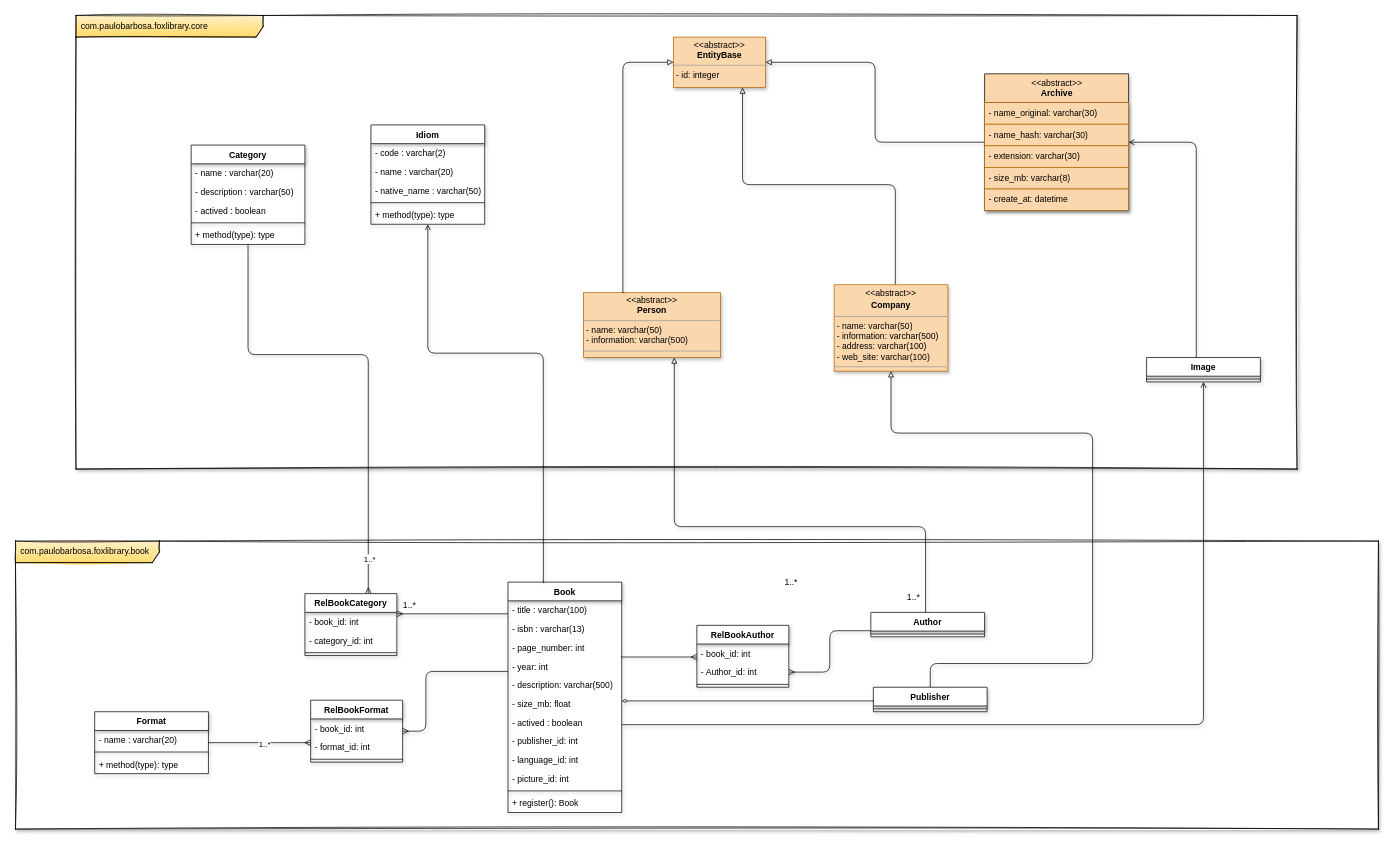
Above: documentation/foxlibrary.drawio in phjb/foxlibrary (draw.io), before the change. Source tidied: cells renumbered, new cells numbered last; positions are measured from the earlier drawing's top-left corner, leaving out a move shared by most shapes. Both pictures are drawn from the tidied source at 72%, with x=0, y=0 at pixel (15, 15).
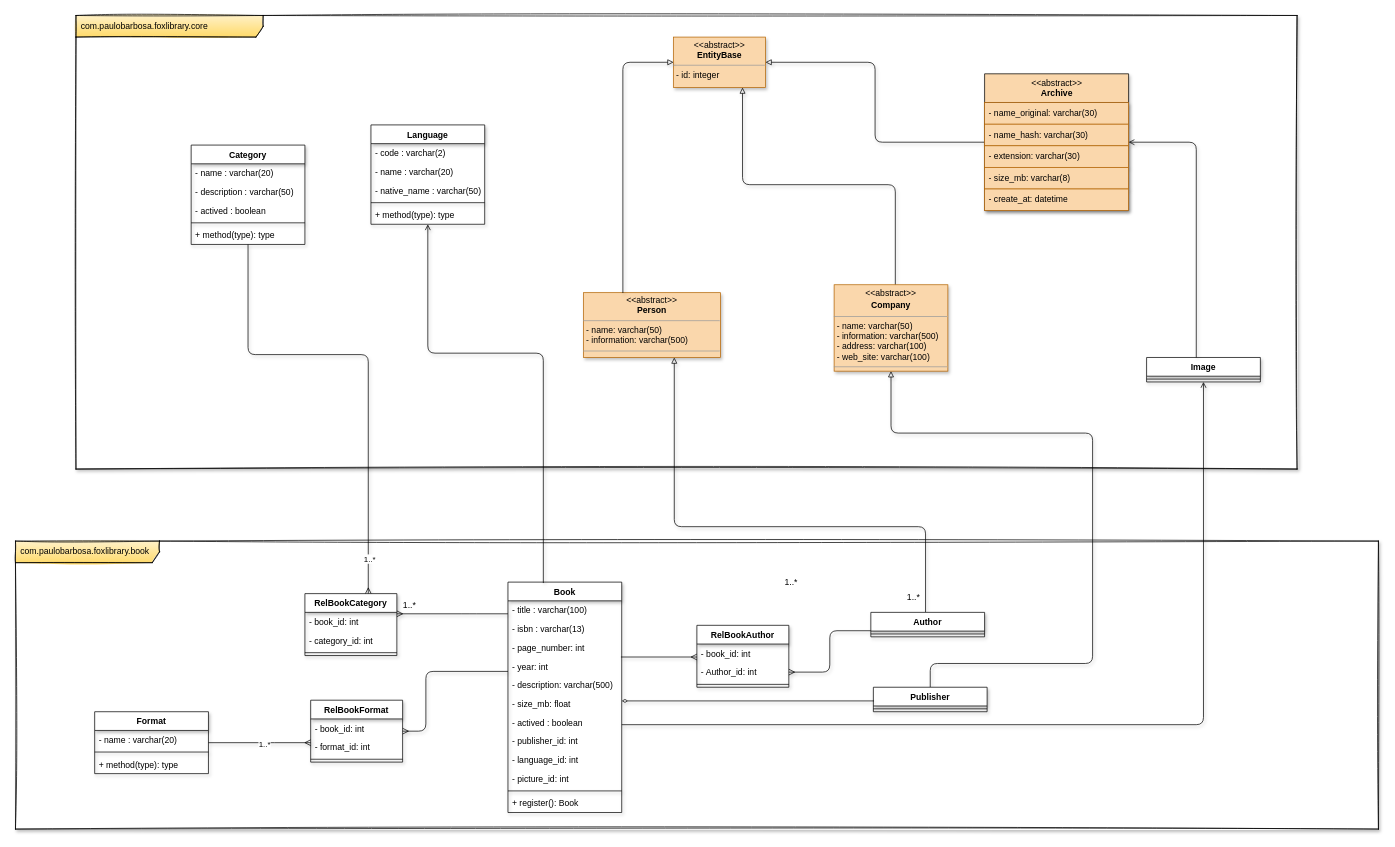
Above is the later version.

What changed in the source:
```diff
@@
-    <mxCell id="9" value="Idiom" style="swimlane;fontStyle=1;align=center;verticalAlign=top;horizontal=1;startSize=26;shadow=1;rounded=0;glass=0;sketch=0;swimlaneFillColor=none;swimlaneLine=1;" parent="1" vertex="1">
+    <mxCell id="9" value="Language" style="swimlane;fontStyle=1;align=center;verticalAlign=top;horizontal=1;startSize=26;shadow=1;rounded=0;glass=0;sketch=0;swimlaneFillColor=none;swimlaneLine=1;" parent="1" vertex="1">
       <mxGeometry x="493.7" y="152" width="158" height="138" as="geometry" />
     </mxCell>
```
